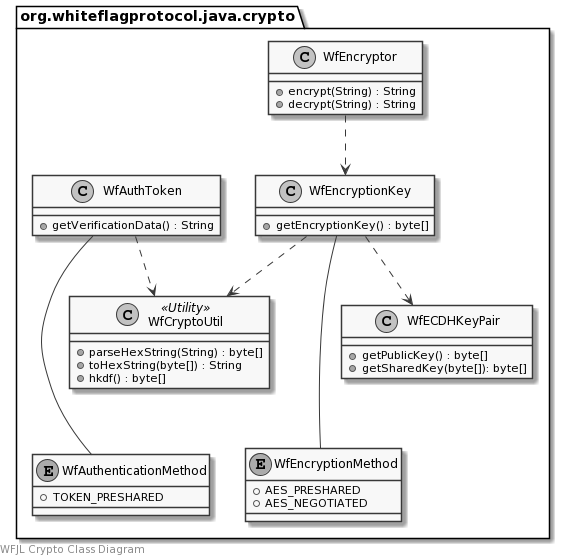
Earlier version of the PlantUML export docs/uml/crypto.png (WhiteflagProtocol/whiteflag-java).
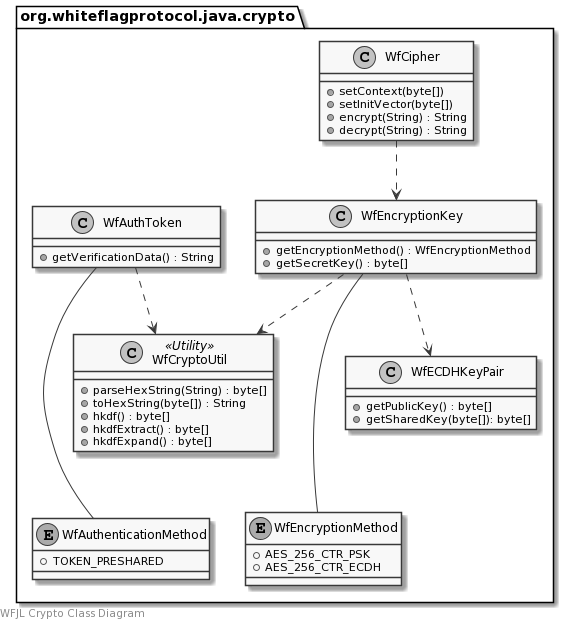
After the commit.

Diff of the diagram source:
```diff
@@ -4,7 +4,9 @@
 left footer WFJL Crypto Class Diagram
 
 package org.whiteflagprotocol.java.crypto {
-    class WfEncryptor {
+    class WfCipher {
+        +setContext(byte[])
+        +setInitVector(byte[])
         +encrypt(String) : String
         +decrypt(String) : String
     }
@@ -15,11 +17,12 @@
         +getVerificationData() : String
     }
     enum WfEncryptionMethod {
-        +AES_PRESHARED
-        +AES_NEGOTIATED
+        +AES_256_CTR_PSK
+        +AES_256_CTR_ECDH
     }
     class WfEncryptionKey {
-        +getEncryptionKey() : byte[]
+        +getEncryptionMethod() : WfEncryptionMethod
+        +getSecretKey() : byte[]
     }
     class WfECDHKeyPair {
         +getPublicKey() : byte[]
@@ -29,10 +32,12 @@
         +parseHexString(String) : byte[]
         +toHexString(byte[]) : String
         +hkdf() : byte[]
+        +hkdfExtract() : byte[]
+        +hkdfExpand() : byte[]
     }
 }
 
-WfEncryptor ..> WfEncryptionKey
+WfCipher ..> WfEncryptionKey
 WfEncryptionKey --- WfEncryptionMethod
 WfAuthToken --- WfAuthenticationMethod
 WfEncryptionKey ..> WfCryptoUtil
```
